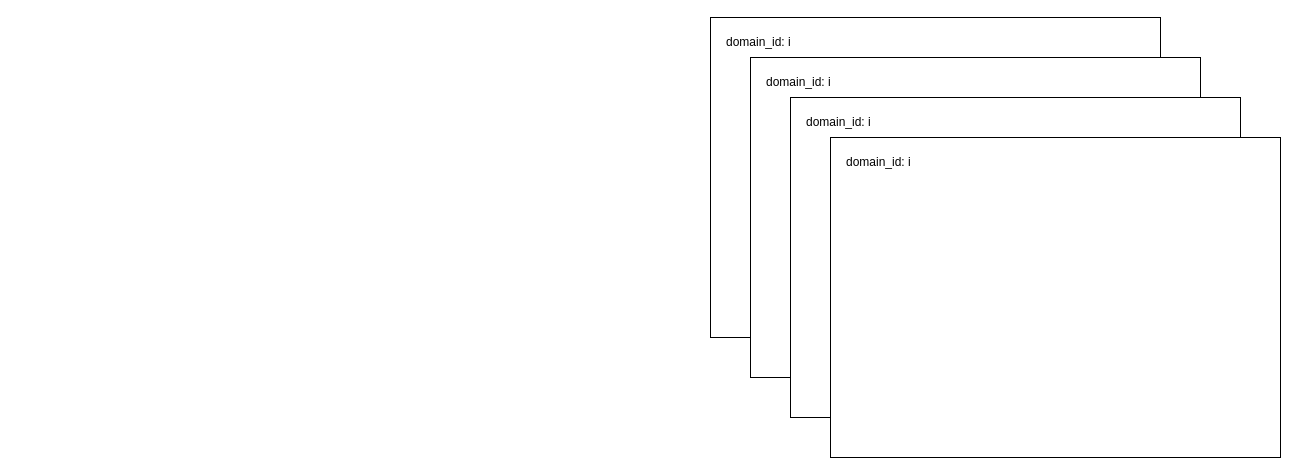
Before: 多层次数据流转换.drawio in keyu-Li/vtk_example, a draw.io diagram. Source tidied: cells renumbered, new cells numbered last; positions are measured from the earlier drawing's top-left corner, leaving out a move shared by most shapes. Both pictures are drawn from the tidied source at 100%, with x=0, y=0 at pixel (710, 17).
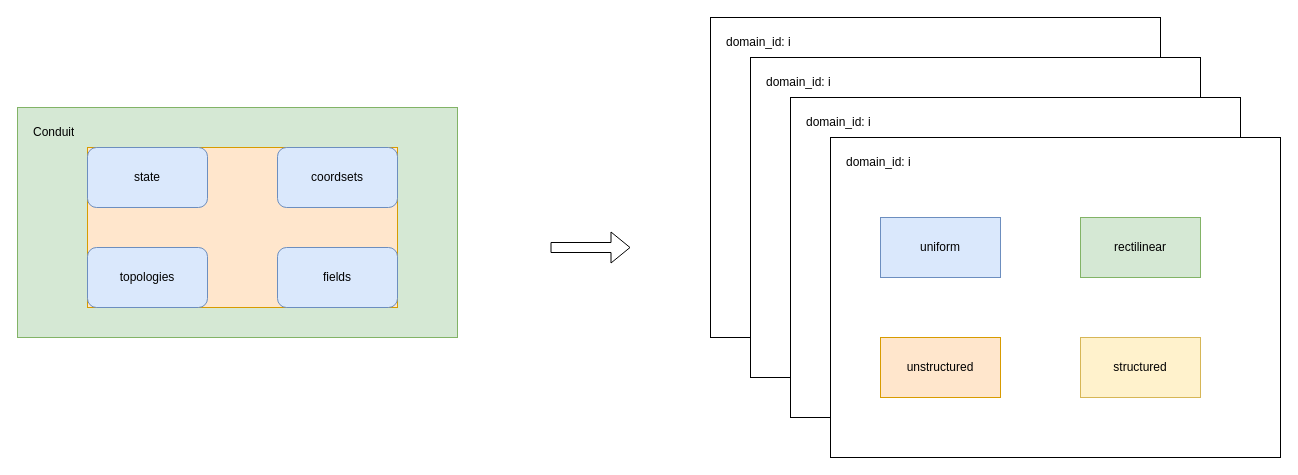
The same page after the edit.

Commit message (it also covers changes not shown here):
更新多层次数据流转换.drawio

The change refers to these unchanged cells:
```xml
<mxCell id="11" style="group;" parent="8" vertex="1">
  <mxGeometry x="40" y="40" width="450" height="320" as="geometry" />
</mxCell>
```

Change to the diagram source:
```diff
@@
+    <mxCell id="14" value="uniform" style="rounded=0;whiteSpace=wrap;html=1;fillColor=#dae8fc;strokeColor=#6c8ebf;" parent="11" vertex="1">
+      <mxGeometry x="50" y="80" width="120" height="60" as="geometry" />
+    </mxCell>
+    <mxCell id="15" value="rectilinear" style="rounded=0;whiteSpace=wrap;html=1;fillColor=#d5e8d4;strokeColor=#82b366;" parent="11" vertex="1">
+      <mxGeometry x="250" y="80" width="120" height="60" as="geometry" />
+    </mxCell>
+    <mxCell id="16" value="unstructured" style="rounded=0;whiteSpace=wrap;html=1;fillColor=#ffe6cc;strokeColor=#d79b00;" parent="11" vertex="1">
+      <mxGeometry x="50" y="200" width="120" height="60" as="geometry" />
+    </mxCell>
+    <mxCell id="17" value="structured" style="rounded=0;whiteSpace=wrap;html=1;fillColor=#fff2cc;strokeColor=#d6b656;" parent="11" vertex="1">
+      <mxGeometry x="250" y="200" width="120" height="60" as="geometry" />
+    </mxCell>
+    <mxCell id="18" style="group;" parent="1" vertex="1">
+      <mxGeometry x="-693" y="90" width="440" height="230" as="geometry" />
+    </mxCell>
+    <mxCell id="19" style="rounded=0;whiteSpace=wrap;html=1;fillColor=#d5e8d4;strokeColor=#82b366;" parent="18" vertex="1">
+      <mxGeometry width="440" height="230" as="geometry" />
+    </mxCell>
+    <mxCell id="20" style="group;fillColor=#ffe6cc;strokeColor=#d79b00;" parent="18" vertex="1">
+      <mxGeometry x="70" y="40" width="310" height="160" as="geometry" />
+    </mxCell>
+    <mxCell id="21" value="state" style="rounded=1;whiteSpace=wrap;html=1;fillColor=#dae8fc;strokeColor=#6c8ebf;" parent="20" vertex="1">
+      <mxGeometry width="120" height="60" as="geometry" />
+    </mxCell>
+    <mxCell id="22" value="coordsets" style="rounded=1;whiteSpace=wrap;html=1;fillColor=#dae8fc;strokeColor=#6c8ebf;" parent="20" vertex="1">
+      <mxGeometry x="190" width="120" height="60" as="geometry" />
+    </mxCell>
+    <mxCell id="23" value="topologies" style="rounded=1;whiteSpace=wrap;html=1;fillColor=#dae8fc;strokeColor=#6c8ebf;" parent="20" vertex="1">
+      <mxGeometry y="100" width="120" height="60" as="geometry" />
+    </mxCell>
+    <mxCell id="24" value="fields" style="rounded=1;whiteSpace=wrap;html=1;fillColor=#dae8fc;strokeColor=#6c8ebf;" parent="20" vertex="1">
+      <mxGeometry x="190" y="100" width="120" height="60" as="geometry" />
+    </mxCell>
+    <mxCell id="25" value="Conduit" style="text;strokeColor=none;fillColor=none;align=left;verticalAlign=middle;spacingLeft=4;spacingRight=4;overflow=hidden;whiteSpace=wrap;html=1;" parent="18" vertex="1">
+      <mxGeometry x="10" y="10" width="80" height="30" as="geometry" />
+    </mxCell>
+    <mxCell id="26" style="shape=flexArrow;endArrow=classic;html=1;rounded=0;" parent="1" edge="1">
+      <mxGeometry relative="1" as="geometry">
+        <mxPoint x="-160" y="230" as="sourcePoint" />
+        <mxPoint x="-80" y="230" as="targetPoint" />
+      </mxGeometry>
+    </mxCell>
```
